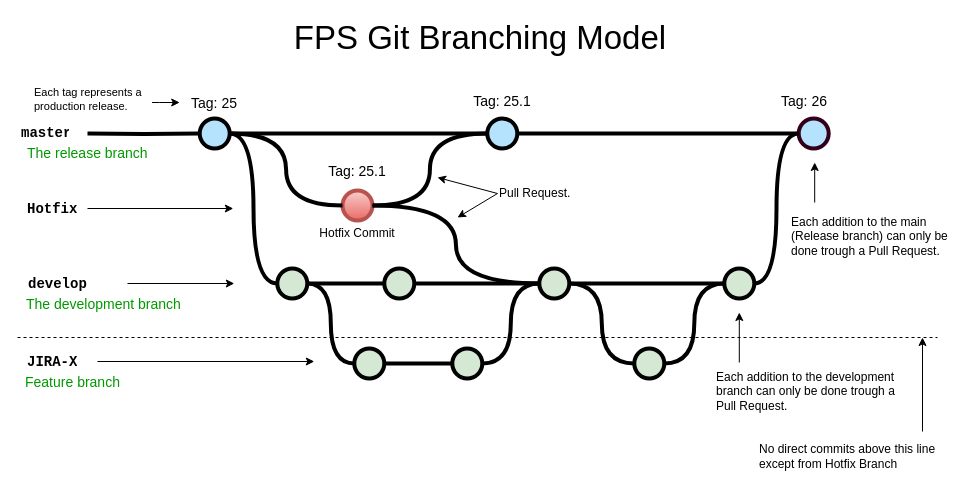
Before: temp.drawio.xml in NiHanDK/FPS-SCM-Model, a draw.io diagram. Source tidied: cells renumbered, new cells numbered last; positions are measured from the earlier drawing's top-left corner, leaving out a move shared by most shapes. Both pictures are drawn from the tidied source at 100%, with x=0, y=0 at pixel (17, 17).
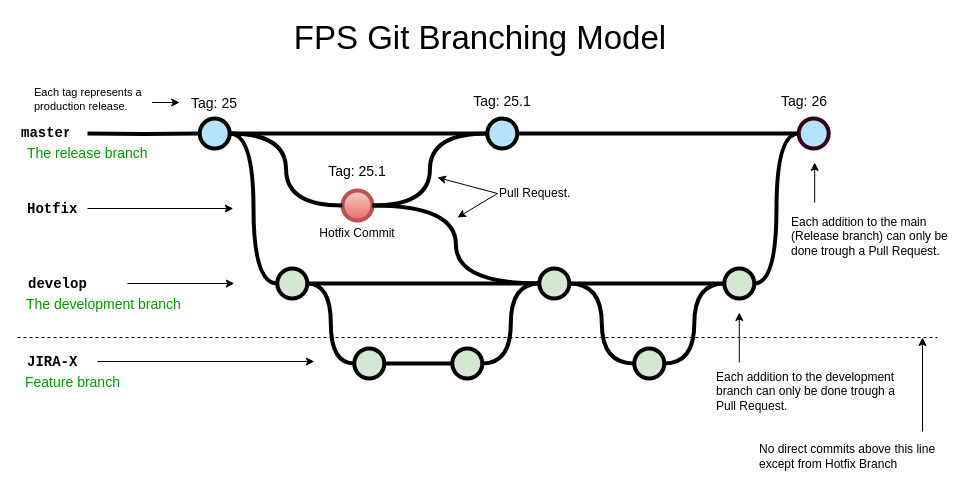
After the change.

The change refers to these unchanged cells:
```xml
<mxCell id="10" style="verticalLabelPosition=bottom;verticalAlign=top;html=1;strokeWidth=4;shape=mxgraph.flowchart.on-page_reference;plain-purple;gradientColor=none;strokeColor=#000000;fillColor=#D5E8D4;" parent="1" vertex="1">
  <mxGeometry x="259.8" y="251" width="30" height="30" as="geometry" />
</mxCell>
<mxCell id="13" style="verticalLabelPosition=bottom;verticalAlign=top;html=1;strokeWidth=4;shape=mxgraph.flowchart.on-page_reference;plain-purple;gradientColor=none;strokeColor=#000000;fillColor=#D5E8D4;" parent="1" vertex="1">
  <mxGeometry x="521.8" y="251" width="30" height="30" as="geometry" />
</mxCell>
```

What changed in the source:
```diff
@@
-    <mxCell id="9" style="edgeStyle=orthogonalEdgeStyle;curved=1;rounded=0;html=1;exitX=1;exitY=0.5;exitPerimeter=0;endArrow=none;endFill=0;jettySize=auto;strokeWidth=4;fontSize=15;" parent="1" edge="1" source="10" target="12">
+    <mxCell id="9" style="edgeStyle=orthogonalEdgeStyle;curved=1;rounded=0;html=1;exitX=1;exitY=0.5;exitPerimeter=0;endArrow=none;endFill=0;jettySize=auto;strokeWidth=4;fontSize=15;entryX=0;entryY=0.5;entryDx=0;entryDy=0;entryPerimeter=0;" parent="1" edge="1" source="10" target="13">
       <mxGeometry relative="1" as="geometry" />
     </mxCell>
@@
-    <mxCell id="11" style="edgeStyle=orthogonalEdgeStyle;curved=1;rounded=0;html=1;exitX=1;exitY=0.5;exitPerimeter=0;entryX=0;entryY=0.5;entryPerimeter=0;endArrow=none;endFill=0;jettySize=auto;strokeWidth=4;fontSize=15;" parent="1" edge="1" source="12" target="13">
-      <mxGeometry relative="1" as="geometry" />
-    </mxCell>
-    <mxCell id="12" style="verticalLabelPosition=bottom;verticalAlign=top;html=1;strokeWidth=4;shape=mxgraph.flowchart.on-page_reference;plain-purple;gradientColor=none;strokeColor=#000000;fillColor=#D5E8D4;" parent="1" vertex="1">
-      <mxGeometry x="366.8" y="251" width="30" height="30" as="geometry" />
-    </mxCell>
```
